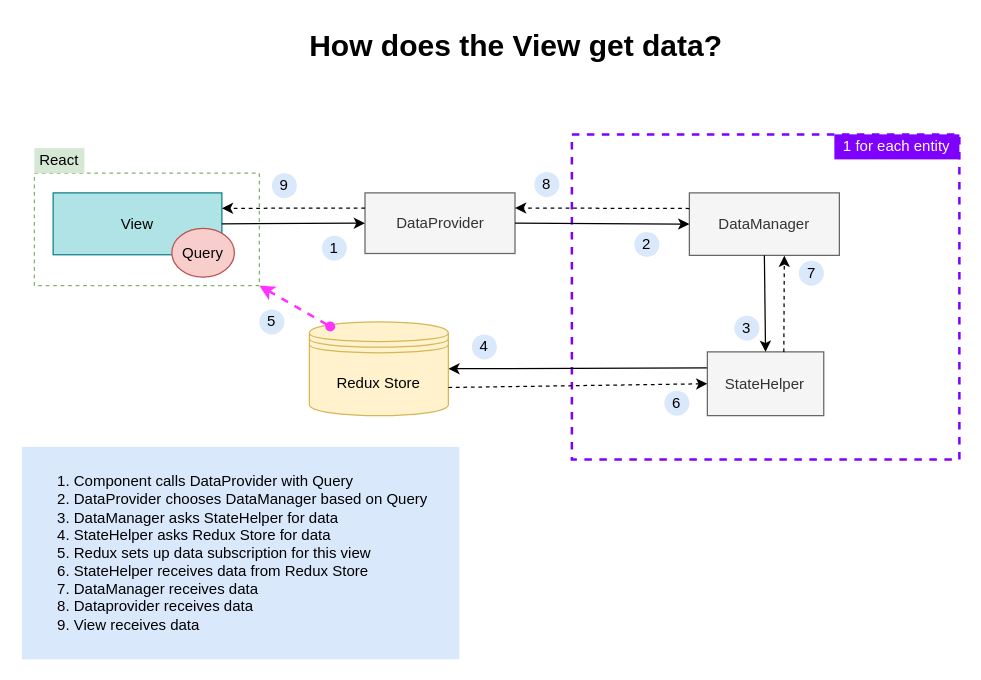
Above: docs/design/img/view-data.drawio in inmanta/web-console (draw.io), before the change. Source tidied: cells renumbered, new cells numbered last; positions are measured from the earlier drawing's top-left corner, leaving out a move shared by most shapes. Both pictures are drawn from the tidied source at 125%, with x=0, y=0 at pixel (21, 21).
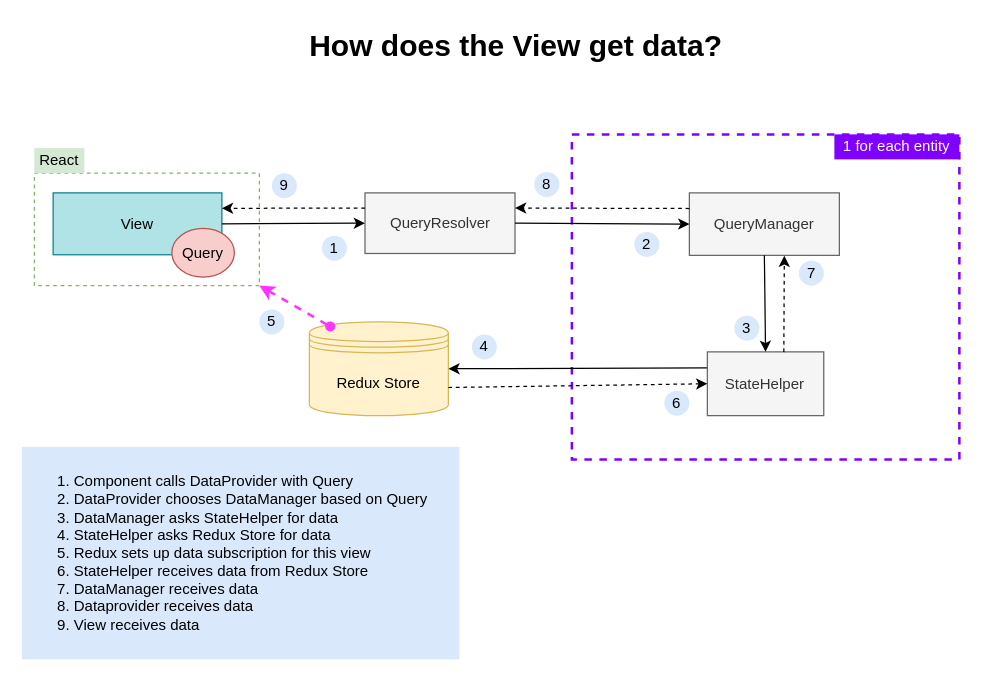
The same diagram, later.

Commit message (it also covers changes not shown here):
Improve naming of QueryManager and QueryResolver

What changed in the source:
```diff
@@
-    <mxCell id="4" value="DataProvider&lt;br&gt;" style="rounded=0;whiteSpace=wrap;html=1;fillColor=#f5f5f5;strokeColor=#666666;fontColor=#333333;" parent="1" vertex="1">
+    <mxCell id="4" value="QueryResolver" style="rounded=0;whiteSpace=wrap;html=1;fillColor=#f5f5f5;strokeColor=#666666;fontColor=#333333;" parent="1" vertex="1">
       <mxGeometry x="274.5" y="136.8" width="120" height="48.5" as="geometry" />
     </mxCell>
-    <mxCell id="5" value="DataManager" style="whiteSpace=wrap;html=1;rounded=0;fillColor=#f5f5f5;strokeColor=#666666;fontColor=#333333;" parent="1" vertex="1">
+    <mxCell id="5" value="QueryManager" style="whiteSpace=wrap;html=1;rounded=0;fillColor=#f5f5f5;strokeColor=#666666;fontColor=#333333;" parent="1" vertex="1">
       <mxGeometry x="534" y="136.8" width="120" height="50" as="geometry" />
     </mxCell>
```
